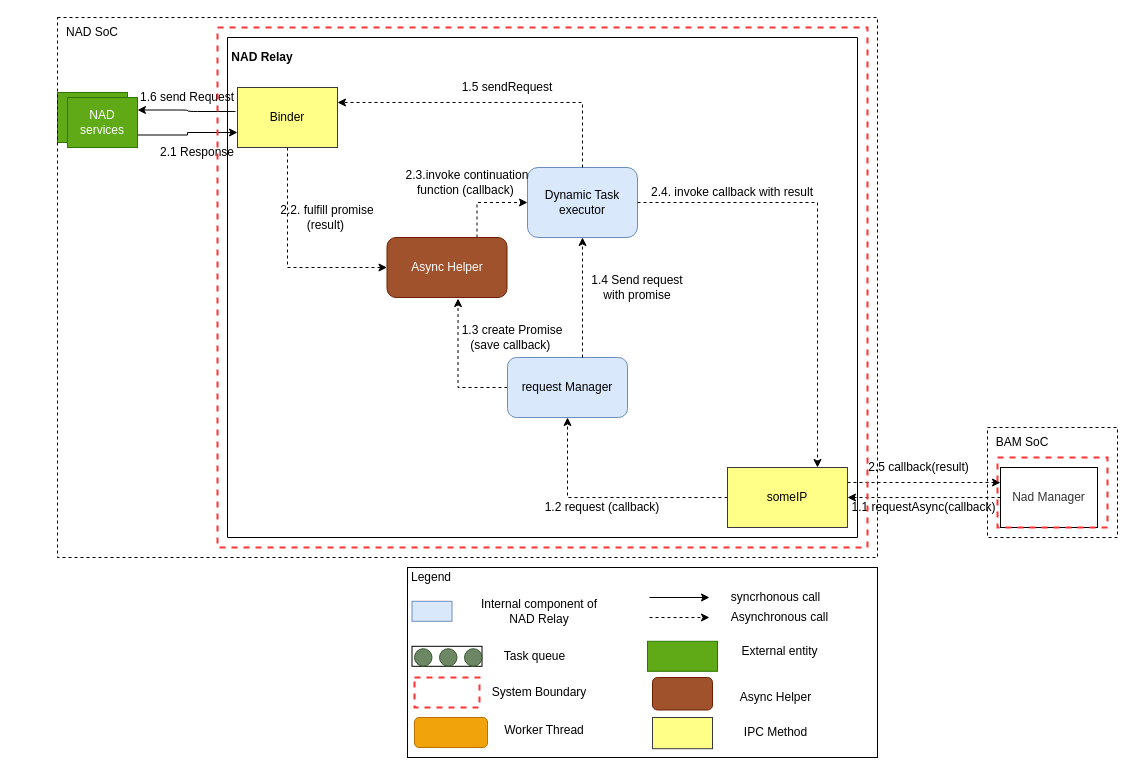
taikt/codefun keeps this draw.io diagram as page "HL_usecase_asynhelper1" (14 of 16) of doc/SA cert/Design/scalability.drawio. Above is the earlier version. Source tidied: cells renumbered, new cells numbered last; positions are measured from the earlier drawing's top-left corner, leaving out a move shared by most shapes. Both pictures are drawn from the tidied source at 100%, with x=0, y=0 at pixel (17, 17).
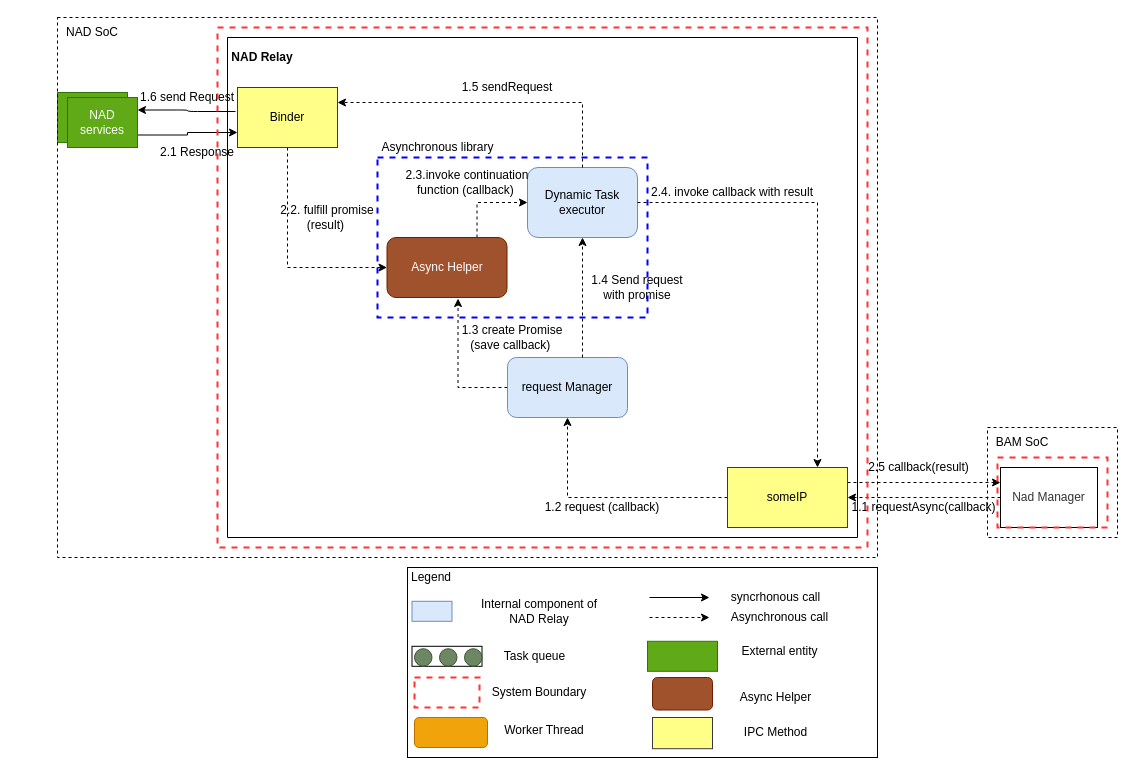
Above is the later version.

The edit, as a diff of the source:
```diff
@@
-    <mxCell id="63" style="rounded=0;whiteSpace=wrap;html=1;dashed=1;fillColor=none;strokeColor=#FF3333;strokeWidth=2;" parent="1" vertex="1">
+    <mxCell id="63" style="rounded=0;whiteSpace=wrap;html=1;dashed=1;strokeColor=#FF3333;strokeWidth=2;fillColor=none;" parent="1" vertex="1">
       <mxGeometry x="200" y="10" width="650" height="520" as="geometry" />
     </mxCell>
+    <mxCell id="64" style="rounded=0;whiteSpace=wrap;html=1;fillColor=none;dashed=1;strokeWidth=2;strokeColor=#0000FF;" parent="1" vertex="1">
+      <mxGeometry x="360" y="140" width="270" height="160" as="geometry" />
+    </mxCell>
+    <mxCell id="65" value="Asynchronous library" style="text;html=1;strokeColor=none;fillColor=none;align=center;verticalAlign=middle;whiteSpace=wrap;rounded=0;dashed=1;" parent="1" vertex="1">
+      <mxGeometry x="360" y="125" width="120.5" height="10" as="geometry" />
+    </mxCell>
```
